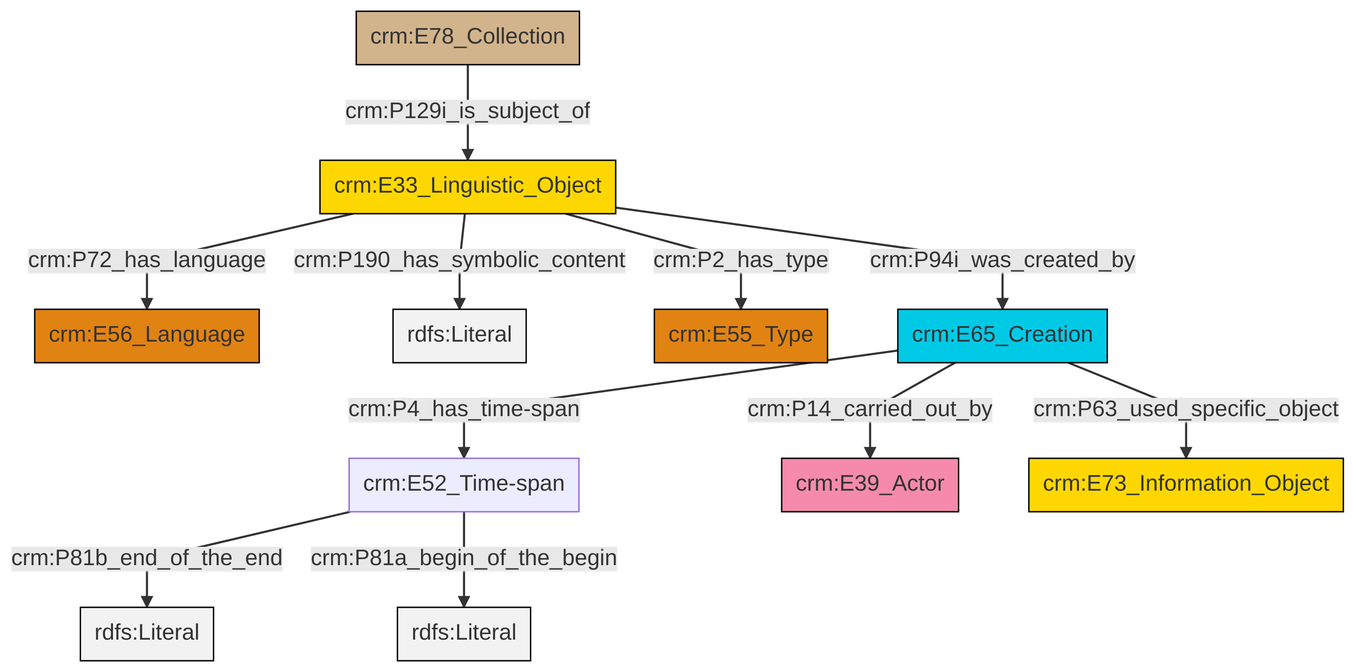
Earlier version of the Mermaid export et/archivalCSV/ttl/mmd/png/archival_desc.png (swiss-art-research-net/docs.swissartresearch). Its source is kept beside it as et/archivalCSV/ttl/mmd/archival_desc.ttl.mmd.
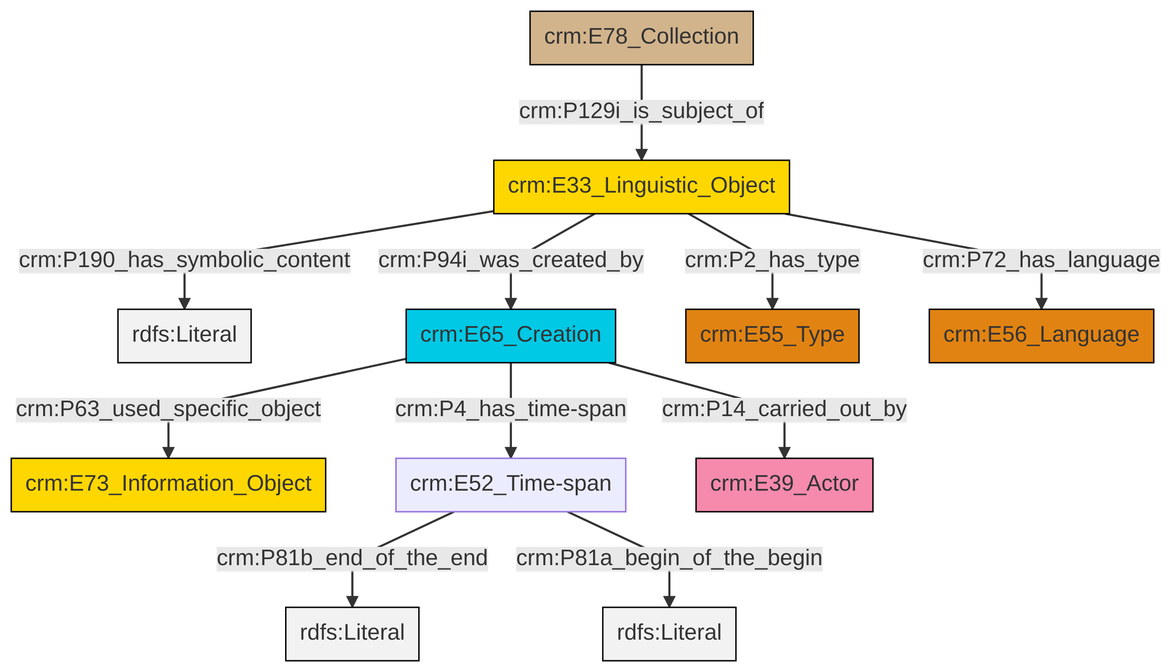
The same diagram one commit later.

Diff of the diagram source:
```diff
@@ -13,13 +13,13 @@
 classDef PC_Classes fill:#4ce600, stroke:#000000;
 classDef Multi fill:#cccccc,stroke:#000000;
 
-0["crm:E33_Linguistic_Object"]:::Conceptual_Object -->|crm:P72_has_language| 1["crm:E56_Language"]:::Type
-2["crm:E52_Time-span"]:::Default -->|crm:P81b_end_of_the_end| 3[rdfs:Literal]:::Literal
-0["crm:E33_Linguistic_Object"]:::Conceptual_Object -->|crm:P190_has_symbolic_content| 4[rdfs:Literal]:::Literal
-0["crm:E33_Linguistic_Object"]:::Conceptual_Object -->|crm:P2_has_type| 5["crm:E55_Type"]:::Type
-0["crm:E33_Linguistic_Object"]:::Conceptual_Object -->|crm:P94i_was_created_by| 6["crm:E65_Creation"]:::Temporal_Entity
-6["crm:E65_Creation"]:::Temporal_Entity -->|crm:P14_carried_out_by| 7["crm:E39_Actor"]:::Actor
-2["crm:E52_Time-span"]:::Default -->|crm:P81a_begin_of_the_begin| 18[rdfs:Literal]:::Literal
-6["crm:E65_Creation"]:::Temporal_Entity -->|crm:P63_used_specific_object| 13["crm:E73_Information_Object"]:::Conceptual_Object
-11["crm:E78_Collection"]:::Physical_Thing -->|crm:P129i_is_subject_of| 0["crm:E33_Linguistic_Object"]:::Conceptual_Object
-6["crm:E65_Creation"]:::Temporal_Entity -->|crm:P4_has_time-span| 2["crm:E52_Time-span"]:::Default
+2["crm:E33_Linguistic_Object"]:::Conceptual_Object -->|crm:P190_has_symbolic_content| 3[rdfs:Literal]:::Literal
+4["crm:E65_Creation"]:::Temporal_Entity -->|crm:P63_used_specific_object| 5["crm:E73_Information_Object"]:::Conceptual_Object
+2["crm:E33_Linguistic_Object"]:::Conceptual_Object -->|crm:P2_has_type| 7["crm:E55_Type"]:::Type
+4["crm:E65_Creation"]:::Temporal_Entity -->|crm:P4_has_time-span| 8["crm:E52_Time-span"]:::Default
+8["crm:E52_Time-span"]:::Default -->|crm:P81b_end_of_the_end| 11[rdfs:Literal]:::Literal
+2["crm:E33_Linguistic_Object"]:::Conceptual_Object -->|crm:P72_has_language| 12["crm:E56_Language"]:::Type
+8["crm:E52_Time-span"]:::Default -->|crm:P81a_begin_of_the_begin| 16[rdfs:Literal]:::Literal
+2["crm:E33_Linguistic_Object"]:::Conceptual_Object -->|crm:P94i_was_created_by| 4["crm:E65_Creation"]:::Temporal_Entity
+4["crm:E65_Creation"]:::Temporal_Entity -->|crm:P14_carried_out_by| 17["crm:E39_Actor"]:::Actor
+0["crm:E78_Collection"]:::Physical_Thing -->|crm:P129i_is_subject_of| 2["crm:E33_Linguistic_Object"]:::Conceptual_Object
```
